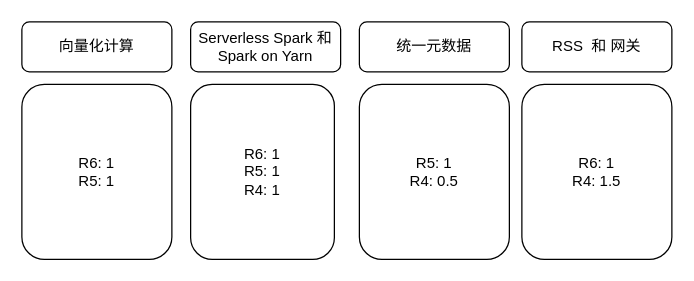
The draw.io diagram 人员架构.drawio in labud/pictures, before the edit. Source tidied: cells renumbered, new cells numbered last; positions are measured from the earlier drawing's top-left corner, leaving out a move shared by most shapes. Both pictures are drawn from the tidied source at 125%, with x=0, y=0 at pixel (21, 21).
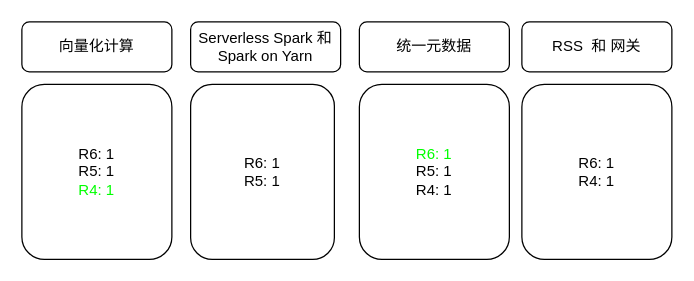
The same diagram, later.

Change to the diagram source:
```diff
@@
 <mxGraphModel>
   <root>
     <mxCell id="0" />
     <mxCell id="1" parent="0" />
     <mxCell id="2" value="向量化计算" style="rounded=1;whiteSpace=wrap;html=1;" parent="1" vertex="1">
       <mxGeometry width="120" height="40" as="geometry" />
     </mxCell>
     <mxCell id="3" value="Serverless Spark 和 Spark on Yarn" style="rounded=1;whiteSpace=wrap;html=1;" parent="1" vertex="1">
       <mxGeometry x="135" width="120" height="40" as="geometry" />
     </mxCell>
     <mxCell id="4" value="统一元数据" style="rounded=1;whiteSpace=wrap;html=1;" parent="1" vertex="1">
       <mxGeometry x="270" width="120" height="40" as="geometry" />
     </mxCell>
-    <mxCell id="5" value="R6: 1&lt;div&gt;R5: 1&lt;/div&gt;" style="rounded=1;whiteSpace=wrap;html=1;" parent="1" vertex="1">
+    <mxCell id="5" value="R6: 1&lt;div&gt;R5: 1&lt;/div&gt;&lt;div&gt;&lt;font color=&quot;#00ff00&quot;&gt;R4: 1&lt;/font&gt;&lt;/div&gt;" style="rounded=1;whiteSpace=wrap;html=1;" parent="1" vertex="1">
       <mxGeometry y="50" width="120" height="140" as="geometry" />
     </mxCell>
-    <mxCell id="6" value="R6: 1&lt;div&gt;R5: 1&lt;/div&gt;&lt;div&gt;R4: 1&lt;/div&gt;" style="rounded=1;whiteSpace=wrap;html=1;" parent="1" vertex="1">
+    <mxCell id="6" value="R6: 1&lt;div&gt;R5: 1&lt;/div&gt;" style="rounded=1;whiteSpace=wrap;html=1;" parent="1" vertex="1">
       <mxGeometry x="135" y="50" width="115" height="140" as="geometry" />
     </mxCell>
-    <mxCell id="7" value="R5: 1&lt;div&gt;R4: 0.5&lt;/div&gt;" style="rounded=1;whiteSpace=wrap;html=1;" parent="1" vertex="1">
+    <mxCell id="7" value="&lt;font color=&quot;#00ff00&quot;&gt;R6: 1&lt;/font&gt;&lt;div&gt;R5: 1&lt;br&gt;&lt;div&gt;R4: 1&lt;/div&gt;&lt;/div&gt;" style="rounded=1;whiteSpace=wrap;html=1;" parent="1" vertex="1">
       <mxGeometry x="270" y="50" width="120" height="140" as="geometry" />
     </mxCell>
     <mxCell id="8" value="RSS&amp;nbsp; 和 网关" style="rounded=1;whiteSpace=wrap;html=1;" parent="1" vertex="1">
       <mxGeometry x="400" width="120" height="40" as="geometry" />
     </mxCell>
-    <mxCell id="9" value="R6: 1&lt;div&gt;R4: 1.5&lt;/div&gt;" style="rounded=1;whiteSpace=wrap;html=1;" parent="1" vertex="1">
+    <mxCell id="9" value="R6: 1&lt;br&gt;&lt;div&gt;R4: 1&lt;/div&gt;" style="rounded=1;whiteSpace=wrap;html=1;" parent="1" vertex="1">
       <mxGeometry x="400" y="50" width="120" height="140" as="geometry" />
     </mxCell>
   </root>
 </mxGraphModel>
```
